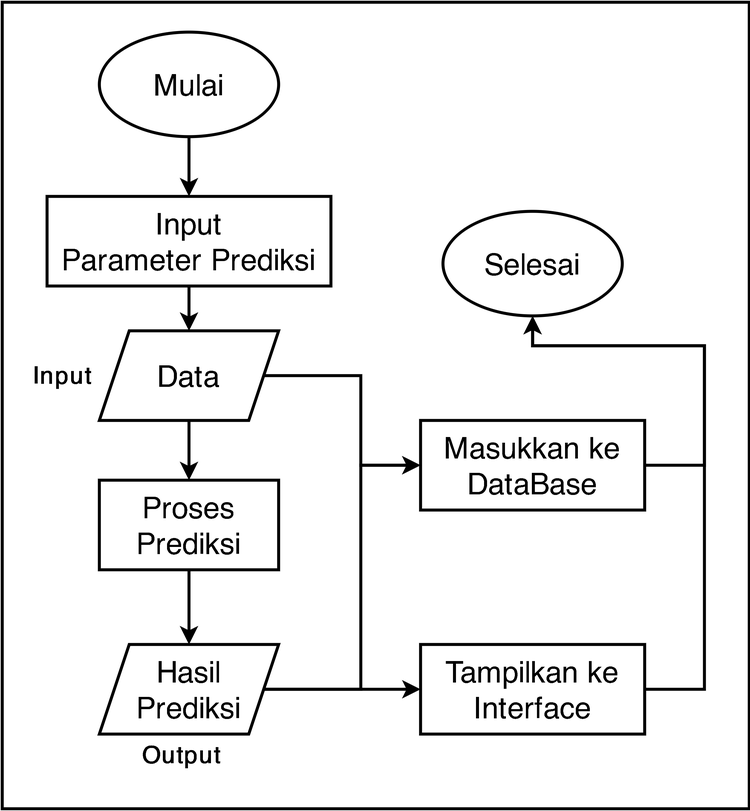
Above: Images/flowchart_sistem.png in rshby/skripsi (draw.io), before the change. Source tidied: cells renumbered, new cells last; positions are measured from the earlier drawing's top-left corner, leaving out a move shared by most shapes.
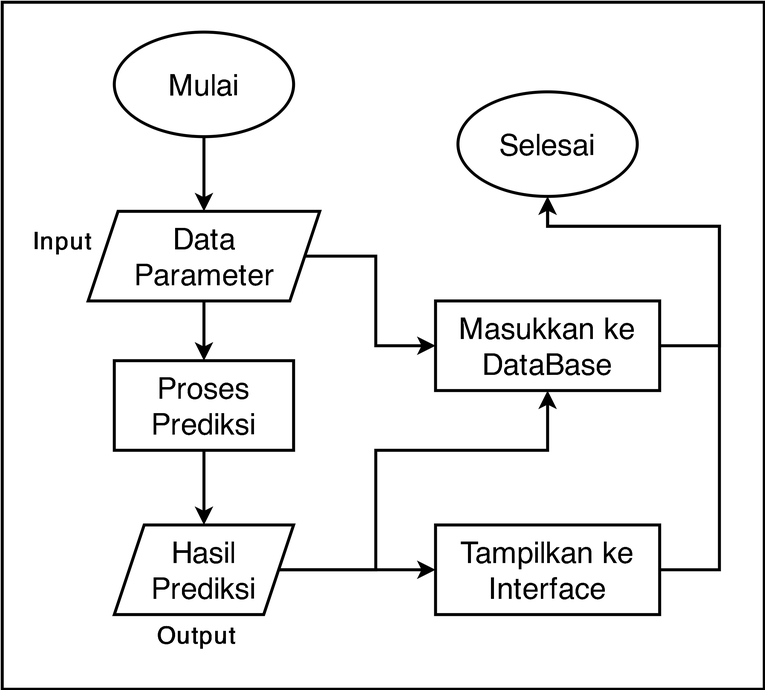
After the commit.

Commit message:
Update revisi bab 3 flowchart dan arsitektur siste, dan model perancangan database

What changed in the source:
```diff
@@ -2,90 +2,85 @@
   <root>
     <mxCell id="0" />
     <mxCell id="1" parent="0" />
-    <mxCell id="2" style="group;" parent="1" vertex="1">
-      <mxGeometry width="500" height="540" as="geometry" />
-    </mxCell>
+    <mxCell id="23" style="group;" parent="1" vertex="1">
+      <mxGeometry x="-10" y="80" width="510" height="460" as="geometry" />
+    </mxCell>
-    <mxCell id="3" style="rounded=0;whiteSpace=wrap;html=1;strokeWidth=2;" parent="2" vertex="1">
-      <mxGeometry width="500" height="540" as="geometry" />
+    <mxCell id="3" style="rounded=0;whiteSpace=wrap;html=1;strokeWidth=2;" parent="23" vertex="1">
+      <mxGeometry width="510" height="460" as="geometry" />
     </mxCell>
-    <mxCell id="4" value="&lt;font style=&quot;font-size: 20px&quot;&gt;Mulai&lt;/font&gt;" style="ellipse;whiteSpace=wrap;html=1;strokeWidth=2;" parent="2" vertex="1">
-      <mxGeometry x="65" y="20" width="120" height="70" as="geometry" />
+    <mxCell id="4" value="&lt;font style=&quot;font-size: 20px&quot;&gt;Mulai&lt;/font&gt;" style="ellipse;whiteSpace=wrap;html=1;strokeWidth=2;" parent="23" vertex="1">
+      <mxGeometry x="75" y="20" width="120" height="70" as="geometry" />
     </mxCell>
-    <mxCell id="5" value="&lt;font style=&quot;font-size: 20px&quot;&gt;Selesai&lt;/font&gt;" style="ellipse;whiteSpace=wrap;html=1;strokeWidth=2;" parent="2" vertex="1">
-      <mxGeometry x="295" y="140" width="120" height="70" as="geometry" />
+    <mxCell id="5" value="&lt;font style=&quot;font-size: 20px&quot;&gt;Selesai&lt;/font&gt;" style="ellipse;whiteSpace=wrap;html=1;strokeWidth=2;" parent="23" vertex="1">
+      <mxGeometry x="305" y="60" width="120" height="70" as="geometry" />
     </mxCell>
-    <mxCell id="6" value="&lt;font style=&quot;font-size: 20px&quot;&gt;Input&lt;br&gt;Parameter Prediksi&lt;/font&gt;" style="rounded=0;whiteSpace=wrap;html=1;strokeWidth=2;" parent="2" vertex="1">
-      <mxGeometry x="30" y="130" width="190" height="60" as="geometry" />
-    </mxCell>
-    <mxCell id="7" value="&lt;font style=&quot;font-size: 20px&quot;&gt;Data&lt;/font&gt;" style="shape=parallelogram;perimeter=parallelogramPerimeter;whiteSpace=wrap;html=1;fixedSize=1;strokeWidth=2;" parent="2" vertex="1">
-      <mxGeometry x="65" y="220" width="120" height="60" as="geometry" />
+    <mxCell id="7" value="&lt;font style=&quot;font-size: 20px&quot;&gt;Data&lt;br&gt;Parameter&lt;br&gt;&lt;/font&gt;" style="shape=parallelogram;perimeter=parallelogramPerimeter;whiteSpace=wrap;html=1;fixedSize=1;strokeWidth=2;" parent="23" vertex="1">
+      <mxGeometry x="57.5" y="140" width="155" height="60" as="geometry" />
     </mxCell>
-    <mxCell id="8" value="&lt;font style=&quot;font-size: 20px&quot;&gt;Hasil&lt;br&gt;Prediksi&lt;br&gt;&lt;/font&gt;" style="shape=parallelogram;perimeter=parallelogramPerimeter;whiteSpace=wrap;html=1;fixedSize=1;strokeWidth=2;" parent="2" vertex="1">
-      <mxGeometry x="65" y="430" width="120" height="60" as="geometry" />
+    <mxCell id="8" value="&lt;font style=&quot;font-size: 20px&quot;&gt;Hasil&lt;br&gt;Prediksi&lt;br&gt;&lt;/font&gt;" style="shape=parallelogram;perimeter=parallelogramPerimeter;whiteSpace=wrap;html=1;fixedSize=1;strokeWidth=2;" parent="23" vertex="1">
+      <mxGeometry x="75" y="350" width="120" height="60" as="geometry" />
     </mxCell>
-    <mxCell id="9" value="&lt;font style=&quot;font-size: 20px&quot;&gt;Masukkan ke&lt;br&gt;DataBase&lt;/font&gt;" style="rounded=0;whiteSpace=wrap;html=1;strokeWidth=2;" parent="2" vertex="1">
-      <mxGeometry x="280" y="280" width="150" height="60" as="geometry" />
+    <mxCell id="9" value="&lt;font style=&quot;font-size: 20px&quot;&gt;Masukkan ke&lt;br&gt;DataBase&lt;/font&gt;" style="rounded=0;whiteSpace=wrap;html=1;strokeWidth=2;" parent="23" vertex="1">
+      <mxGeometry x="290" y="200" width="150" height="60" as="geometry" />
     </mxCell>
-    <mxCell id="10" value="&lt;font style=&quot;font-size: 20px&quot;&gt;Proses&lt;br&gt;Prediksi&lt;/font&gt;" style="rounded=0;whiteSpace=wrap;html=1;strokeWidth=2;" parent="2" vertex="1">
-      <mxGeometry x="65" y="320" width="120" height="60" as="geometry" />
+    <mxCell id="10" value="&lt;font style=&quot;font-size: 20px&quot;&gt;Proses&lt;br&gt;Prediksi&lt;/font&gt;" style="rounded=0;whiteSpace=wrap;html=1;strokeWidth=2;" parent="23" vertex="1">
+      <mxGeometry x="75" y="240" width="120" height="60" as="geometry" />
     </mxCell>
-    <mxCell id="11" value="&lt;font style=&quot;font-size: 20px&quot;&gt;Tampilkan ke&lt;br&gt;Interface&lt;/font&gt;" style="rounded=0;whiteSpace=wrap;html=1;strokeWidth=2;" parent="2" vertex="1">
-      <mxGeometry x="280" y="430" width="150" height="60" as="geometry" />
+    <mxCell id="11" value="&lt;font style=&quot;font-size: 20px&quot;&gt;Tampilkan ke&lt;br&gt;Interface&lt;/font&gt;" style="rounded=0;whiteSpace=wrap;html=1;strokeWidth=2;" parent="23" vertex="1">
+      <mxGeometry x="290" y="350" width="150" height="60" as="geometry" />
     </mxCell>
-    <mxCell id="12" style="endArrow=classic;html=1;strokeWidth=2;exitX=0.5;exitY=1;exitDx=0;exitDy=0;entryX=0.5;entryY=0;entryDx=0;entryDy=0;" parent="2" edge="1" source="4" target="6">
-      <mxGeometry relative="1" as="geometry" />
+    <mxCell id="12" style="endArrow=classic;html=1;strokeWidth=2;exitX=0.5;exitY=1;exitDx=0;exitDy=0;entryX=0.5;entryY=0;entryDx=0;entryDy=0;" parent="23" edge="1" source="4" target="7">
+      <mxGeometry x="10" y="-80" as="geometry" />
     </mxCell>
-    <mxCell id="13" style="endArrow=classic;html=1;strokeWidth=2;exitX=0.5;exitY=1;exitDx=0;exitDy=0;entryX=0.5;entryY=0;entryDx=0;entryDy=0;" parent="2" edge="1" source="6" target="7">
-      <mxGeometry relative="1" as="geometry" />
-    </mxCell>
-    <mxCell id="14" style="endArrow=classic;html=1;strokeWidth=2;exitX=0.5;exitY=1;exitDx=0;exitDy=0;entryX=0.5;entryY=0;entryDx=0;entryDy=0;" parent="2" edge="1" source="7" target="10">
-      <mxGeometry relative="1" as="geometry" />
+    <mxCell id="14" style="endArrow=classic;html=1;strokeWidth=2;exitX=0.5;exitY=1;exitDx=0;exitDy=0;entryX=0.5;entryY=0;entryDx=0;entryDy=0;" parent="23" edge="1" source="7" target="10">
+      <mxGeometry x="10" y="-80" as="geometry" />
     </mxCell>
-    <mxCell id="15" style="endArrow=classic;html=1;strokeWidth=2;exitX=0.5;exitY=1;exitDx=0;exitDy=0;entryX=0.5;entryY=0;entryDx=0;entryDy=0;" parent="2" edge="1" source="10" target="8">
-      <mxGeometry relative="1" as="geometry" />
+    <mxCell id="15" style="endArrow=classic;html=1;strokeWidth=2;exitX=0.5;exitY=1;exitDx=0;exitDy=0;entryX=0.5;entryY=0;entryDx=0;entryDy=0;" parent="23" edge="1" source="10" target="8">
+      <mxGeometry x="10" y="-80" as="geometry" />
     </mxCell>
-    <mxCell id="16" style="endArrow=classic;html=1;strokeWidth=2;exitX=1;exitY=0.5;exitDx=0;exitDy=0;entryX=0;entryY=0.5;entryDx=0;entryDy=0;rounded=0;" parent="2" edge="1" source="7" target="9">
-      <mxGeometry relative="1" as="geometry">
+    <mxCell id="16" style="endArrow=classic;html=1;strokeWidth=2;exitX=1;exitY=0.5;exitDx=0;exitDy=0;entryX=0;entryY=0.5;entryDx=0;entryDy=0;rounded=0;" parent="23" edge="1" source="7" target="9">
+      <mxGeometry x="10" y="-80" as="geometry">
         <Array as="points">
-          <mxPoint x="240" y="250" />
-          <mxPoint x="240" y="310" />
+          <mxPoint x="250" y="170" />
+          <mxPoint x="250" y="230" />
         </Array>
       </mxGeometry>
     </mxCell>
-    <mxCell id="17" style="endArrow=classic;html=1;strokeWidth=2;exitX=1;exitY=0.5;exitDx=0;exitDy=0;entryX=0;entryY=0.5;entryDx=0;entryDy=0;rounded=0;" parent="2" edge="1" source="8" target="9">
-      <mxGeometry relative="1" as="geometry">
+    <mxCell id="17" style="endArrow=classic;html=1;strokeWidth=2;exitX=1;exitY=0.5;exitDx=0;exitDy=0;entryX=0.5;entryY=1;entryDx=0;entryDy=0;rounded=0;" parent="23" edge="1" source="8" target="9">
+      <mxGeometry x="10" y="-80" as="geometry">
         <Array as="points">
-          <mxPoint x="240" y="460" />
-          <mxPoint x="240" y="310" />
+          <mxPoint x="250" y="380" />
+          <mxPoint x="250" y="300" />
+          <mxPoint x="365" y="300" />
         </Array>
       </mxGeometry>
     </mxCell>
-    <mxCell id="18" style="endArrow=classic;html=1;strokeWidth=2;exitX=1;exitY=0.5;exitDx=0;exitDy=0;entryX=0;entryY=0.5;entryDx=0;entryDy=0;" parent="2" edge="1" source="8" target="11">
-      <mxGeometry relative="1" as="geometry" />
+    <mxCell id="18" style="endArrow=classic;html=1;strokeWidth=2;exitX=1;exitY=0.5;exitDx=0;exitDy=0;entryX=0;entryY=0.5;entryDx=0;entryDy=0;" parent="23" edge="1" source="8" target="11">
+      <mxGeometry x="10" y="-80" as="geometry" />
     </mxCell>
-    <mxCell id="19" style="endArrow=classic;html=1;strokeColor=#000000;strokeWidth=2;exitX=1;exitY=0.5;exitDx=0;exitDy=0;entryX=0.5;entryY=1;entryDx=0;entryDy=0;rounded=0;" parent="2" edge="1" source="9" target="5">
-      <mxGeometry relative="1" as="geometry">
+    <mxCell id="19" style="endArrow=classic;html=1;strokeColor=#000000;strokeWidth=2;exitX=1;exitY=0.5;exitDx=0;exitDy=0;entryX=0.5;entryY=1;entryDx=0;entryDy=0;rounded=0;" parent="23" edge="1" source="9" target="5">
+      <mxGeometry x="10" y="-80" as="geometry">
         <Array as="points">
-          <mxPoint x="470" y="310" />
-          <mxPoint x="470" y="230" />
-          <mxPoint x="355" y="230" />
+          <mxPoint x="480" y="230" />
+          <mxPoint x="480" y="150" />
+          <mxPoint x="365" y="150" />
         </Array>
       </mxGeometry>
     </mxCell>
-    <mxCell id="20" style="endArrow=classic;html=1;strokeColor=#000000;strokeWidth=2;exitX=1;exitY=0.5;exitDx=0;exitDy=0;entryX=0.5;entryY=1;entryDx=0;entryDy=0;rounded=0;" parent="2" edge="1" source="11" target="5">
-      <mxGeometry relative="1" as="geometry">
+    <mxCell id="20" style="endArrow=classic;html=1;strokeColor=#000000;strokeWidth=2;exitX=1;exitY=0.5;exitDx=0;exitDy=0;entryX=0.5;entryY=1;entryDx=0;entryDy=0;rounded=0;" parent="23" edge="1" source="11" target="5">
+      <mxGeometry x="10" y="-80" as="geometry">
         <Array as="points">
-          <mxPoint x="470" y="460" />
-          <mxPoint x="470" y="230" />
-          <mxPoint x="355" y="230" />
+          <mxPoint x="480" y="380" />
+          <mxPoint x="480" y="150" />
+          <mxPoint x="365" y="150" />
         </Array>
       </mxGeometry>
     </mxCell>
-    <mxCell id="21" value="&lt;font style=&quot;font-size: 16px&quot;&gt;&lt;b&gt;Input&lt;/b&gt;&lt;/font&gt;" style="text;html=1;align=center;verticalAlign=middle;strokeColor=none;" parent="2" vertex="1">
-      <mxGeometry x="10" y="240" width="60" height="20" as="geometry" />
+    <mxCell id="21" value="&lt;font style=&quot;font-size: 16px&quot;&gt;&lt;b&gt;Input&lt;/b&gt;&lt;/font&gt;" style="text;html=1;align=center;verticalAlign=middle;strokeColor=none;" parent="23" vertex="1">
+      <mxGeometry x="10" y="150" width="60" height="20" as="geometry" />
     </mxCell>
-    <mxCell id="22" value="&lt;font style=&quot;font-size: 16px&quot;&gt;&lt;b&gt;Output&lt;/b&gt;&lt;/font&gt;" style="text;html=1;align=center;verticalAlign=middle;strokeColor=none;" parent="2" vertex="1">
-      <mxGeometry x="85" y="494" width="70" height="20" as="geometry" />
+    <mxCell id="22" value="&lt;font style=&quot;font-size: 16px&quot;&gt;&lt;b&gt;Output&lt;/b&gt;&lt;/font&gt;" style="text;html=1;align=center;verticalAlign=middle;strokeColor=none;" parent="23" vertex="1">
+      <mxGeometry x="95" y="414" width="70" height="20" as="geometry" />
     </mxCell>
   </root>
 </mxGraphModel>
```
